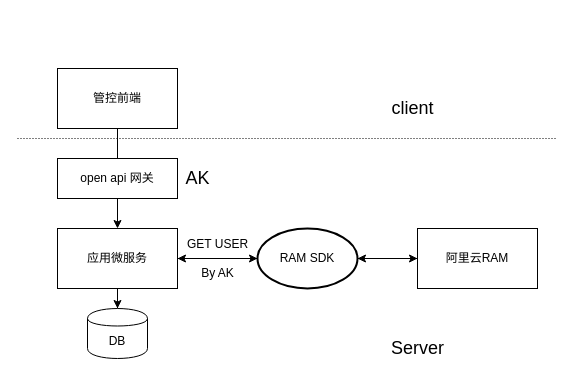
The draw.io diagram ram_flow.drawio in chenkangzeng/appstreaming, before the edit. Source tidied: cells renumbered, new cells numbered last; positions are measured from the earlier drawing's top-left corner, leaving out a move shared by most shapes. Both pictures are drawn from the tidied source at 100%, with x=0, y=0 at pixel (17, 68).
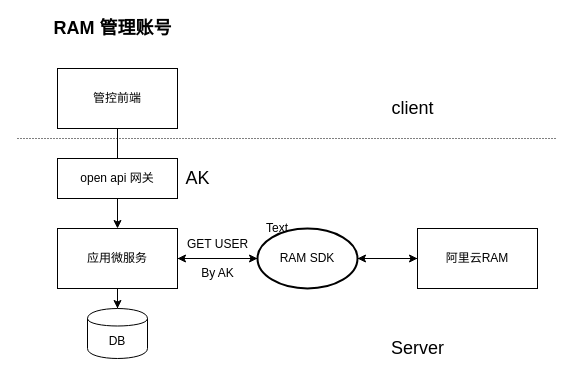
Above is the later version.

The edit, as a diff of the source:
```diff
@@
+    <mxCell id="19" value="Text" style="text;html=1;strokeColor=none;fillColor=none;align=center;verticalAlign=middle;whiteSpace=wrap;rounded=0;" parent="1" vertex="1">
+      <mxGeometry x="240" y="150" width="40" height="20" as="geometry" />
+    </mxCell>
+    <mxCell id="20" value="&lt;b&gt;&lt;font style=&quot;font-size: 18px&quot;&gt;RAM 管理账号&lt;/font&gt;&lt;/b&gt;" style="text;html=1;align=center;verticalAlign=middle;strokeColor=none;" parent="1" vertex="1">
+      <mxGeometry x="30" y="-50" width="130" height="20" as="geometry" />
+    </mxCell>
```
